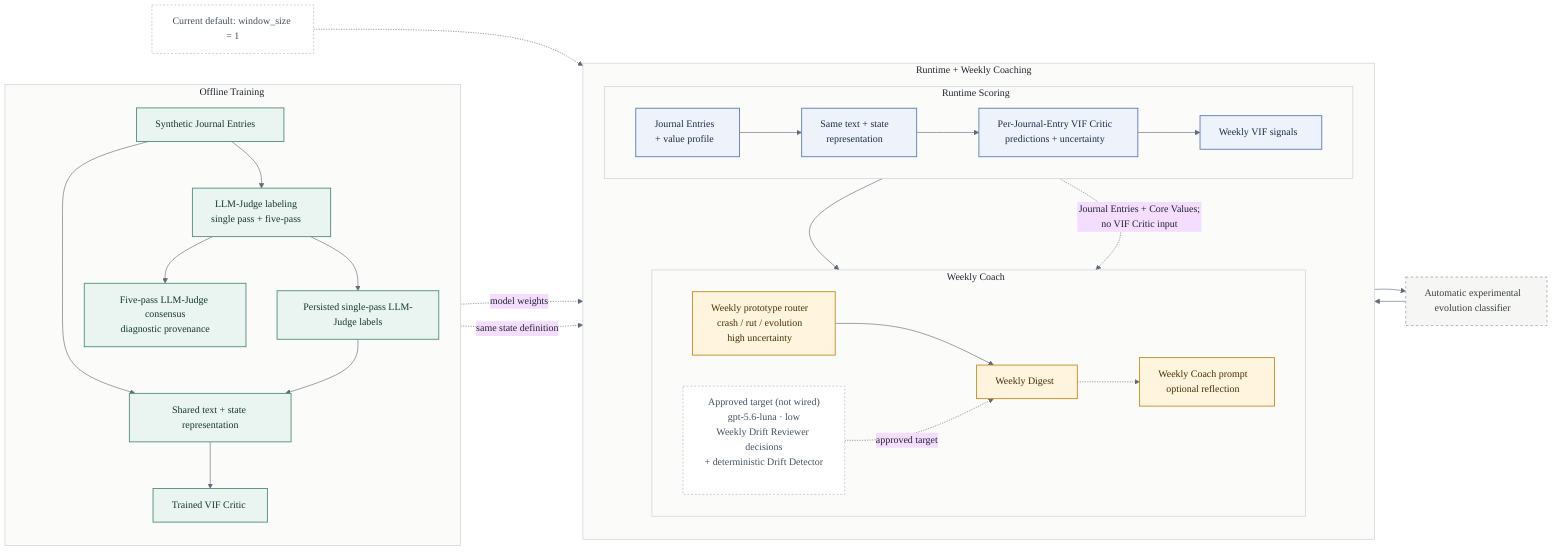
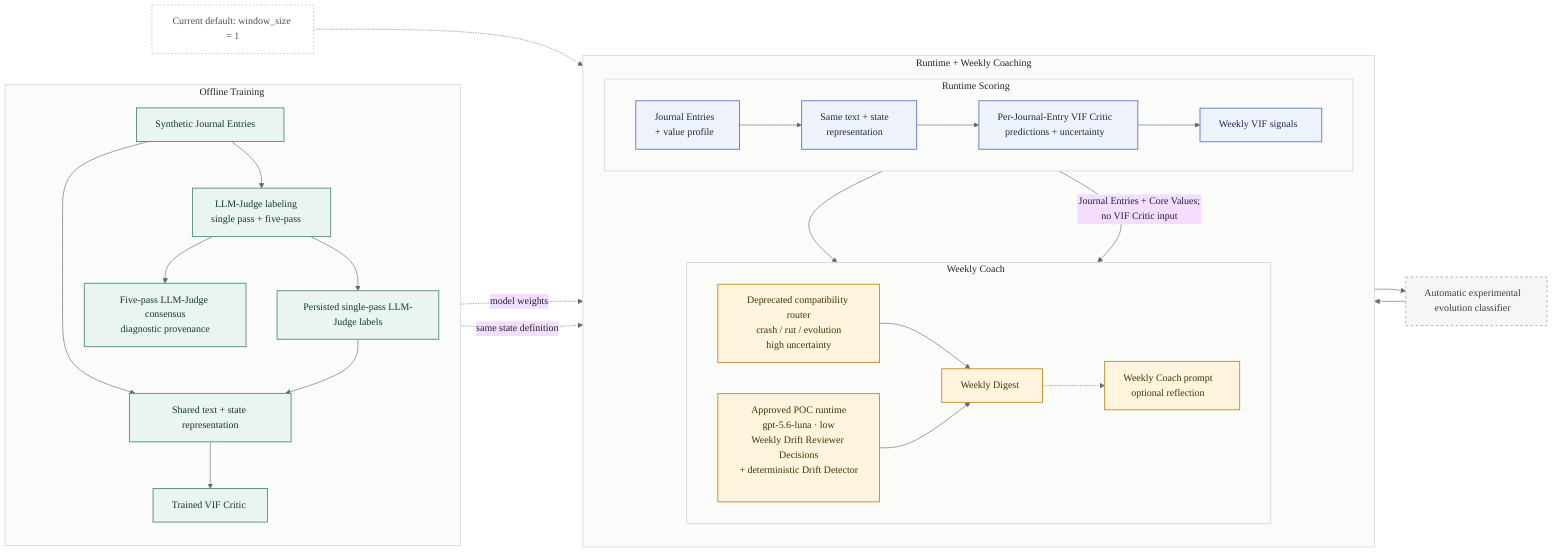
%%{init: {
  'theme': 'base',
  'themeVariables': {
    'fontFamily': 'Aptos, Calibri, Arial, sans-serif',
    'background': '#FFFFFF',
    'lineColor': '#5F6B7A',
    'primaryTextColor': '#1E2430',
    'secondaryTextColor': '#1E2430',
    'tertiaryTextColor': '#1E2430',
    'clusterBkg': '#FBFBF9',
    'clusterBorder': '#C7CDD4'
  }
}}%%
flowchart LR
    classDef offline fill:#EAF4F1,stroke:#4E8A7C,color:#143831,stroke-width:1.4px;
    classDef runtime fill:#EEF2FB,stroke:#5A78B9,color:#1C2A4A,stroke-width:1.4px;
    classDef coach fill:#FFF4DE,stroke:#C28A1B,color:#473004,stroke-width:1.4px;
    classDef optional fill:#F6F6F4,stroke:#9AA39D,color:#38413B,stroke-dasharray: 4 4,stroke-width:1.2px;
    classDef note fill:#FFFFFF,stroke:#AAB4C2,color:#44505F,stroke-dasharray: 3 3;

    subgraph offline_lane["Offline Training"]
        direction TB
        synth["Synthetic Journal Entries"]
        judge["LLM-Judge labeling<br/>single pass + five-pass"]
        labels["Persisted single-pass LLM-Judge labels"]
        consensus["Five-pass LLM-Judge consensus<br/>diagnostic provenance"]
        shared_train["Shared text + state representation"]
        critic_model["Trained VIF Critic"]
        synth --> shared_train --> critic_model
        synth --> judge
        judge --> labels
        judge --> consensus
        labels --> shared_train
    end

    subgraph product_lane["Runtime + Weekly Coaching"]
        direction TB
        subgraph runtime_lane["Runtime Scoring"]
            direction LR
            history["Journal Entries<br/>+ value profile"]
            shared_runtime["Same text + state<br/>representation"]
            entry_scores["Per-Journal-Entry VIF Critic<br/>predictions + uncertainty"]
            weekly["Weekly VIF signals"]
            history --> shared_runtime --> entry_scores --> weekly
        end
        subgraph coach_lane["Weekly Coach"]
            direction LR
-             drift["Weekly prototype router<br/>crash / rut / evolution<br/>high uncertainty"]
-             drift_v1["Approved target (not wired)<br/>gpt-5.6-luna · low<br/>Weekly Drift Reviewer decisions<br/>+ deterministic Drift Detector"]
+             drift["Deprecated compatibility router<br/>crash / rut / evolution<br/>high uncertainty"]
+             drift_v1["Approved POC runtime<br/>gpt-5.6-luna · low<br/>Weekly Drift Reviewer Decisions<br/>+ deterministic Drift Detector"]
            digest["Weekly Digest"]
            coach["Weekly Coach prompt<br/>optional reflection"]
            drift --> digest -.-> coach
        end
    end

    critic_model -. "model weights" .-> entry_scores
    shared_train -. "same state definition" .-> shared_runtime
    weekly --> drift
-     history -. "Journal Entries + Core Values;<br/>no VIF Critic input" .-> drift_v1
-     drift_v1 -. "approved target" .-> digest
+     history -->|"Journal Entries + Core Values;<br/>no VIF Critic input"| drift_v1
+     drift_v1 --> digest

    evolution["Automatic experimental<br/>evolution classifier"]
    weekly --> evolution --> drift

    default_note["Current default: window_size = 1"]
    default_note -.-> shared_runtime

    class synth,judge,labels,consensus,shared_train,critic_model offline;
    class history,shared_runtime,entry_scores,weekly runtime;
-     class drift,digest,coach coach;
+     class drift,drift_v1,digest,coach coach;
    class evolution optional;
-     class default_note,drift_v1 note;
+     class default_note note;
